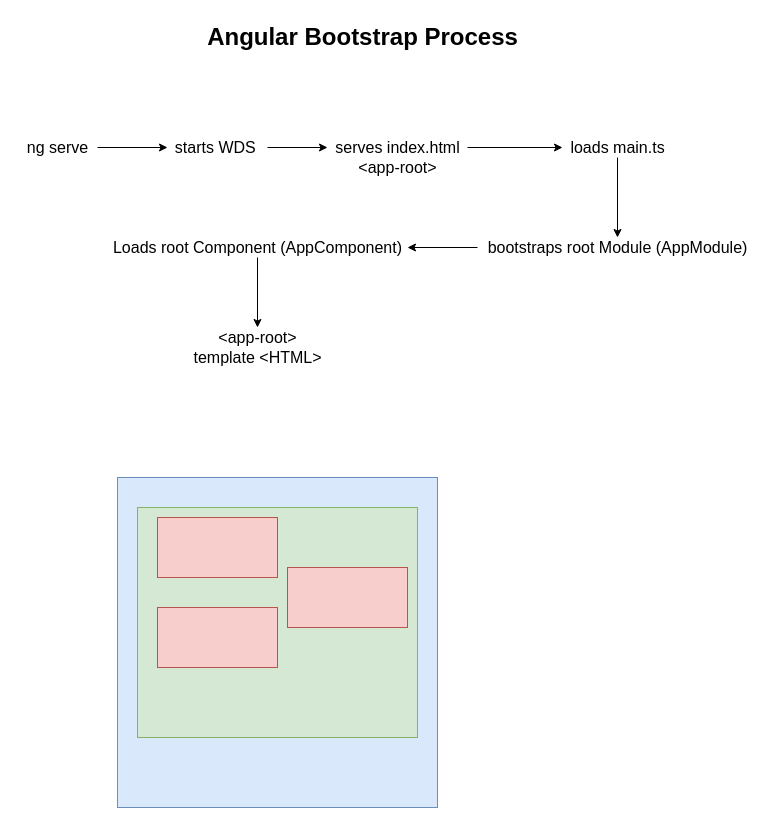
synergy2411/ericsson-nov21-b1 keeps this draw.io diagram as page "Page-2" (2 of 4) of diagrams.drawio. Above is the earlier version. Source tidied: cells renumbered, new cells numbered last; positions are measured from the earlier drawing's top-left corner, leaving out a move shared by most shapes. Both pictures are drawn from the tidied source at 100%, with x=0, y=0 at pixel (17, 17).
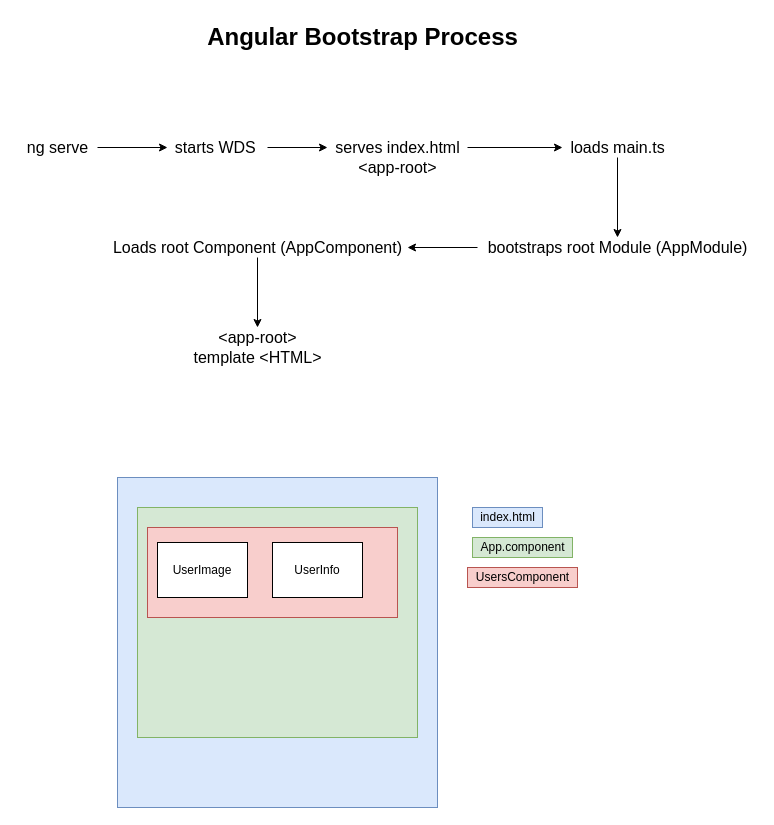
Above is the later version.

What changed in the source:
```diff
@@
     <mxCell id="19" style="rounded=0;whiteSpace=wrap;html=1;fontSize=16;fillColor=#f8cecc;strokeColor=#b85450;" parent="1" vertex="1">
-      <mxGeometry x="140" y="500" width="120" height="60" as="geometry" />
+      <mxGeometry x="130" y="510" width="250" height="90" as="geometry" />
     </mxCell>
-    <mxCell id="20" style="rounded=0;whiteSpace=wrap;html=1;fontSize=16;fillColor=#f8cecc;strokeColor=#b85450;" parent="1" vertex="1">
-      <mxGeometry x="140" y="590" width="120" height="60" as="geometry" />
-    </mxCell>
-    <mxCell id="21" style="rounded=0;whiteSpace=wrap;html=1;fontSize=16;fillColor=#f8cecc;strokeColor=#b85450;" parent="1" vertex="1">
-      <mxGeometry x="270" y="550" width="120" height="60" as="geometry" />
-    </mxCell>
+    <mxCell id="22" value="index.html" style="text;html=1;align=center;verticalAlign=middle;strokeColor=#6c8ebf;fillColor=#dae8fc;" parent="1" vertex="1">
+      <mxGeometry x="455" y="490" width="70" height="20" as="geometry" />
+    </mxCell>
+    <mxCell id="23" value="App.component" style="text;html=1;align=center;verticalAlign=middle;strokeColor=#82b366;fillColor=#d5e8d4;" parent="1" vertex="1">
+      <mxGeometry x="455" y="520" width="100" height="20" as="geometry" />
+    </mxCell>
+    <mxCell id="24" value="UsersComponent" style="text;html=1;align=center;verticalAlign=middle;strokeColor=#b85450;fillColor=#f8cecc;" parent="1" vertex="1">
+      <mxGeometry x="450" y="550" width="110" height="20" as="geometry" />
+    </mxCell>
+    <mxCell id="25" value="UserImage" style="rounded=0;whiteSpace=wrap;html=1;" parent="1" vertex="1">
+      <mxGeometry x="140" y="525" width="90" height="55" as="geometry" />
+    </mxCell>
+    <mxCell id="26" value="UserInfo" style="rounded=0;whiteSpace=wrap;html=1;" parent="1" vertex="1">
+      <mxGeometry x="255" y="525" width="90" height="55" as="geometry" />
+    </mxCell>
```
